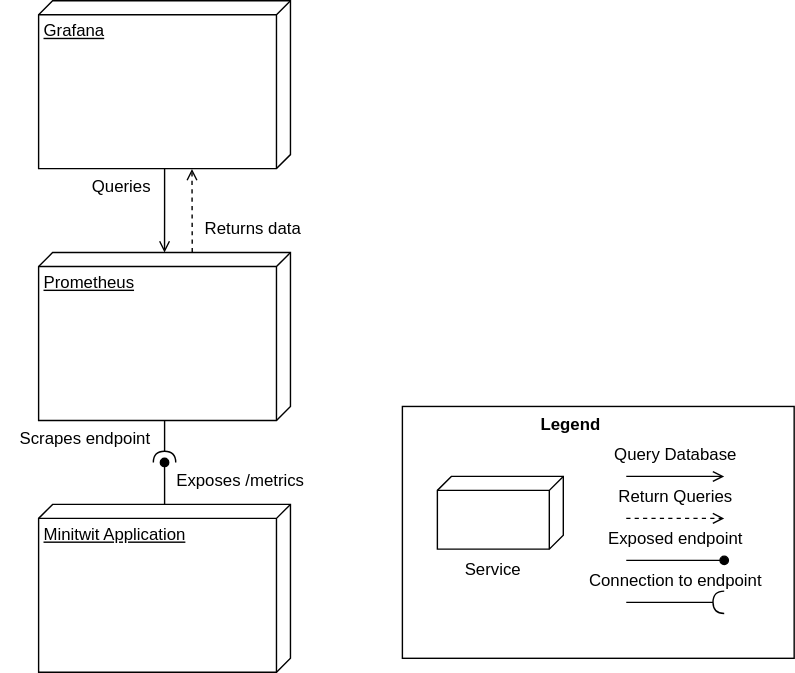
This is report/Images/MonitoringInteraction.svg from ITU-DevOps2024-Ben10/ITU-minitwit, a draw.io export, as it was before one commit. Source tidied: cells renumbered, new cells last; positions are measured from the earlier drawing's top-left corner, leaving out a move shared by most shapes. The source it was exported from:
```xml
<mxGraphModel>
  <root>
    <mxCell id="0" />
    <mxCell id="1" parent="0" />
    <mxCell id="2" style="rounded=0;whiteSpace=wrap;html=1;" parent="1" vertex="1">
      <mxGeometry x="287" y="290" width="280" height="180" as="geometry" />
    </mxCell>
    <mxCell id="3" style="edgeStyle=orthogonalEdgeStyle;rounded=0;jettySize=auto;html=1;endArrow=oval;endFill=1;" parent="1" edge="1" source="4">
      <mxGeometry relative="1" as="geometry">
        <mxPoint x="117" y="330" as="targetPoint" />
      </mxGeometry>
    </mxCell>
    <mxCell id="4" value="Minitwit Application&lt;div&gt;&lt;br&gt;&lt;/div&gt;&lt;div&gt;&lt;br&gt;&lt;/div&gt;&lt;div&gt;&lt;br&gt;&lt;/div&gt;&lt;div&gt;&lt;br&gt;&lt;/div&gt;" style="verticalAlign=top;align=left;spacingTop=8;spacingLeft=2;spacingRight=12;shape=cube;size=10;direction=south;fontStyle=4;html=1;whiteSpace=wrap;" parent="1" vertex="1">
      <mxGeometry x="27" y="360" width="180" height="120" as="geometry" />
    </mxCell>
    <mxCell id="5" style="edgeStyle=orthogonalEdgeStyle;rounded=0;jettySize=auto;html=1;endArrow=halfCircle;endFill=0;" parent="1" edge="1" source="6">
      <mxGeometry relative="1" as="geometry">
        <mxPoint x="117" y="330" as="targetPoint" />
      </mxGeometry>
    </mxCell>
    <mxCell id="6" value="&lt;div&gt;Prometheus&lt;/div&gt;&lt;div&gt;&lt;br&gt;&lt;/div&gt;&lt;div&gt;&lt;br&gt;&lt;/div&gt;&lt;div&gt;&lt;br&gt;&lt;/div&gt;&lt;div&gt;&lt;br&gt;&lt;/div&gt;" style="verticalAlign=top;align=left;spacingTop=8;spacingLeft=2;spacingRight=12;shape=cube;size=10;direction=south;fontStyle=4;html=1;whiteSpace=wrap;" parent="1" vertex="1">
      <mxGeometry x="27" y="180" width="180" height="120" as="geometry" />
    </mxCell>
    <mxCell id="7" value="&lt;div&gt;Grafana&lt;/div&gt;" style="verticalAlign=top;align=left;spacingTop=8;spacingLeft=2;spacingRight=12;shape=cube;size=10;direction=south;fontStyle=4;html=1;whiteSpace=wrap;" parent="1" vertex="1">
      <mxGeometry x="27" width="180" height="120" as="geometry" />
    </mxCell>
    <mxCell id="8" style="edgeStyle=orthogonalEdgeStyle;rounded=0;jettySize=auto;html=1;endArrow=open;endFill=0;" parent="1" edge="1" source="7">
      <mxGeometry relative="1" as="geometry">
        <mxPoint x="117" y="180" as="targetPoint" />
      </mxGeometry>
    </mxCell>
    <mxCell id="9" style="endArrow=open;dashed=1;html=1;rounded=0;exitX=-0.019;exitY=0.39;exitDx=0;exitDy=0;exitPerimeter=0;endFill=0;entryX=1.002;entryY=0.391;entryDx=0;entryDy=0;entryPerimeter=0;" parent="1" edge="1" target="7">
      <mxGeometry relative="1" as="geometry">
        <mxPoint x="136.8" y="179.7" as="sourcePoint" />
      </mxGeometry>
    </mxCell>
    <mxCell id="10" value="Exposes /metrics" style="text;html=1;align=center;verticalAlign=middle;strokeColor=none;fillColor=none;" parent="1" vertex="1">
      <mxGeometry x="116" y="328" width="110" height="30" as="geometry" />
    </mxCell>
    <mxCell id="11" value="Scrapes endpoint" style="text;html=1;align=center;verticalAlign=middle;strokeColor=none;fillColor=none;" parent="1" vertex="1">
      <mxGeometry y="298" width="120" height="30" as="geometry" />
    </mxCell>
    <mxCell id="12" value="Queries" style="text;html=1;align=center;verticalAlign=middle;strokeColor=none;fillColor=none;" parent="1" vertex="1">
      <mxGeometry x="51" y="118" width="70" height="30" as="geometry" />
    </mxCell>
    <mxCell id="13" value="Returns data" style="text;html=1;align=center;verticalAlign=middle;strokeColor=none;fillColor=none;" parent="1" vertex="1">
      <mxGeometry x="135" y="148" width="90" height="30" as="geometry" />
    </mxCell>
    <mxCell id="14" value="&lt;div&gt;&lt;br&gt;&lt;/div&gt;" style="verticalAlign=top;align=left;spacingTop=8;spacingLeft=2;spacingRight=12;shape=cube;size=10;direction=south;fontStyle=4;html=1;whiteSpace=wrap;" parent="1" vertex="1">
      <mxGeometry x="312" y="340" width="90" height="52" as="geometry" />
    </mxCell>
    <mxCell id="15" value="Service" style="text;html=1;align=center;verticalAlign=middle;whiteSpace=wrap;rounded=0;" parent="1" vertex="1">
      <mxGeometry x="322" y="392" width="60" height="30" as="geometry" />
    </mxCell>
    <mxCell id="16" style="endArrow=open;html=1;rounded=0;endFill=0;" parent="1" edge="1">
      <mxGeometry relative="1" as="geometry">
        <mxPoint x="447" y="340" as="sourcePoint" />
        <mxPoint x="517" y="340" as="targetPoint" />
      </mxGeometry>
    </mxCell>
    <mxCell id="17" style="endArrow=open;html=1;rounded=0;endFill=0;dashed=1;" parent="1" edge="1">
      <mxGeometry relative="1" as="geometry">
        <mxPoint x="447" y="370" as="sourcePoint" />
        <mxPoint x="517" y="370" as="targetPoint" />
      </mxGeometry>
    </mxCell>
    <mxCell id="18" style="endArrow=oval;html=1;rounded=0;endFill=1;" parent="1" edge="1">
      <mxGeometry relative="1" as="geometry">
        <mxPoint x="447" y="400" as="sourcePoint" />
        <mxPoint x="517" y="400" as="targetPoint" />
      </mxGeometry>
    </mxCell>
    <mxCell id="19" style="endArrow=halfCircle;html=1;rounded=0;endFill=0;" parent="1" edge="1">
      <mxGeometry relative="1" as="geometry">
        <mxPoint x="447" y="430" as="sourcePoint" />
        <mxPoint x="517" y="430" as="targetPoint" />
      </mxGeometry>
    </mxCell>
    <mxCell id="20" value="Query Database" style="text;html=1;align=center;verticalAlign=middle;strokeColor=none;fillColor=none;" parent="1" vertex="1">
      <mxGeometry x="427" y="310" width="110" height="30" as="geometry" />
    </mxCell>
    <mxCell id="21" value="Return Queries" style="text;html=1;align=center;verticalAlign=middle;strokeColor=none;fillColor=none;" parent="1" vertex="1">
      <mxGeometry x="432" y="340" width="100" height="30" as="geometry" />
    </mxCell>
    <mxCell id="22" value="Exposed endpoint" style="text;html=1;align=center;verticalAlign=middle;strokeColor=none;fillColor=none;" parent="1" vertex="1">
      <mxGeometry x="422" y="370" width="120" height="30" as="geometry" />
    </mxCell>
    <mxCell id="23" value="Connection to endpoint" style="text;html=1;align=center;verticalAlign=middle;strokeColor=none;fillColor=none;" parent="1" vertex="1">
      <mxGeometry x="407" y="400" width="150" height="30" as="geometry" />
    </mxCell>
    <mxCell id="24" value="Legend" style="text;align=center;fontStyle=1;verticalAlign=middle;spacingLeft=3;spacingRight=3;strokeColor=none;html=1;" parent="1" vertex="1">
      <mxGeometry x="367" y="290" width="80" height="26" as="geometry" />
    </mxCell>
  </root>
</mxGraphModel>
```
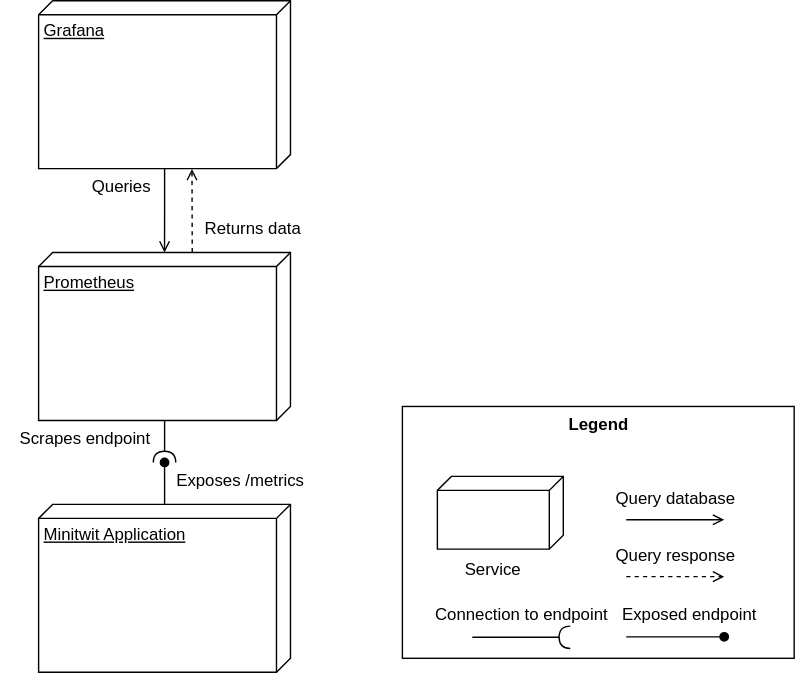
The same file after the commit.

The edit, as a diff of the source:
```diff
@@ -54,42 +54,42 @@
     </mxCell>
     <mxCell id="16" style="endArrow=open;html=1;rounded=0;endFill=0;" parent="1" edge="1">
       <mxGeometry relative="1" as="geometry">
-        <mxPoint x="447" y="340" as="sourcePoint" />
-        <mxPoint x="517" y="340" as="targetPoint" />
+        <mxPoint x="447" y="371" as="sourcePoint" />
+        <mxPoint x="517" y="371" as="targetPoint" />
       </mxGeometry>
     </mxCell>
     <mxCell id="17" style="endArrow=open;html=1;rounded=0;endFill=0;dashed=1;" parent="1" edge="1">
       <mxGeometry relative="1" as="geometry">
-        <mxPoint x="447" y="370" as="sourcePoint" />
-        <mxPoint x="517" y="370" as="targetPoint" />
+        <mxPoint x="447" y="411.6" as="sourcePoint" />
+        <mxPoint x="517" y="411.6" as="targetPoint" />
       </mxGeometry>
     </mxCell>
     <mxCell id="18" style="endArrow=oval;html=1;rounded=0;endFill=1;" parent="1" edge="1">
       <mxGeometry relative="1" as="geometry">
-        <mxPoint x="447" y="400" as="sourcePoint" />
-        <mxPoint x="517" y="400" as="targetPoint" />
+        <mxPoint x="447" y="454.6" as="sourcePoint" />
+        <mxPoint x="517" y="454.6" as="targetPoint" />
       </mxGeometry>
     </mxCell>
     <mxCell id="19" style="endArrow=halfCircle;html=1;rounded=0;endFill=0;" parent="1" edge="1">
       <mxGeometry relative="1" as="geometry">
-        <mxPoint x="447" y="430" as="sourcePoint" />
-        <mxPoint x="517" y="430" as="targetPoint" />
+        <mxPoint x="337" y="455" as="sourcePoint" />
+        <mxPoint x="407" y="455" as="targetPoint" />
       </mxGeometry>
     </mxCell>
-    <mxCell id="20" value="Query Database" style="text;html=1;align=center;verticalAlign=middle;strokeColor=none;fillColor=none;" parent="1" vertex="1">
-      <mxGeometry x="427" y="310" width="110" height="30" as="geometry" />
+    <mxCell id="20" value="Query database" style="text;html=1;align=center;verticalAlign=middle;strokeColor=none;fillColor=none;" parent="1" vertex="1">
+      <mxGeometry x="427" y="341" width="110" height="30" as="geometry" />
     </mxCell>
-    <mxCell id="21" value="Return Queries" style="text;html=1;align=center;verticalAlign=middle;strokeColor=none;fillColor=none;" parent="1" vertex="1">
-      <mxGeometry x="432" y="340" width="100" height="30" as="geometry" />
+    <mxCell id="21" value="Query response" style="text;html=1;align=center;verticalAlign=middle;strokeColor=none;fillColor=none;" parent="1" vertex="1">
+      <mxGeometry x="427" y="381.6" width="110" height="30" as="geometry" />
     </mxCell>
     <mxCell id="22" value="Exposed endpoint" style="text;html=1;align=center;verticalAlign=middle;strokeColor=none;fillColor=none;" parent="1" vertex="1">
-      <mxGeometry x="422" y="370" width="120" height="30" as="geometry" />
+      <mxGeometry x="432" y="424" width="120" height="30" as="geometry" />
     </mxCell>
     <mxCell id="23" value="Connection to endpoint" style="text;html=1;align=center;verticalAlign=middle;strokeColor=none;fillColor=none;" parent="1" vertex="1">
-      <mxGeometry x="407" y="400" width="150" height="30" as="geometry" />
+      <mxGeometry x="297" y="424" width="150" height="30" as="geometry" />
     </mxCell>
     <mxCell id="24" value="Legend" style="text;align=center;fontStyle=1;verticalAlign=middle;spacingLeft=3;spacingRight=3;strokeColor=none;html=1;" parent="1" vertex="1">
-      <mxGeometry x="367" y="290" width="80" height="26" as="geometry" />
+      <mxGeometry x="387" y="290" width="80" height="26" as="geometry" />
     </mxCell>
   </root>
 </mxGraphModel>
```
